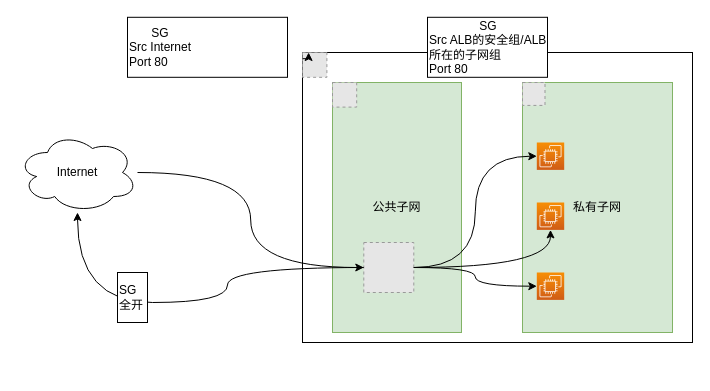
The draw.io diagram files/albnat.drawio in jsabook/jsabook.github.io, before the edit. Source tidied: cells renumbered, new cells numbered last; positions are measured from the earlier drawing's top-left corner, leaving out a move shared by most shapes. Both pictures are drawn from the tidied source at 100%, with x=0, y=0 at pixel (17, 17). Pictures stored in the file or linked from it are replaced by grey dashed boxes.
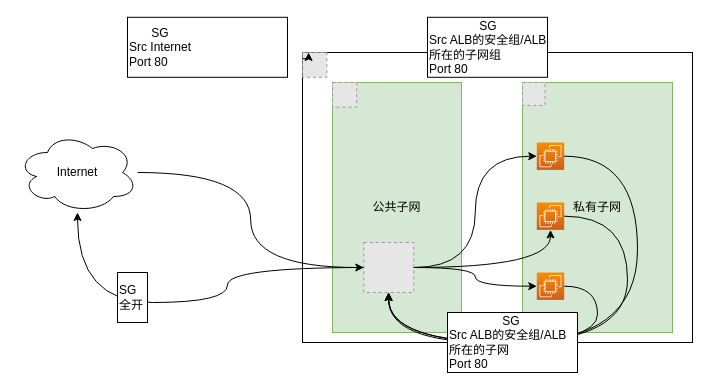
Above is the later version.

Unchanged cells that the change refers to:
```xml
<mxCell id="8" style="fillColor=#E6E6E6;strokeColor=#999999;dashed=1;verticalLabelPosition=bottom;labelBackgroundColor=#ffffff;verticalAlign=top;" parent="5" vertex="1">
  <mxGeometry x="31.3" y="160" width="50" height="50" as="geometry" />
</mxCell>
<mxCell id="12" style="sketch=0;points=[[0,0,0],[0.25,0,0],[0.5,0,0],[0.75,0,0],[1,0,0],[0,1,0],[0.25,1,0],[0.5,1,0],[0.75,1,0],[1,1,0],[0,0.25,0],[0,0.5,0],[0,0.75,0],[1,0.25,0],[1,0.5,0],[1,0.75,0]];outlineConnect=0;fontColor=#232F3E;gradientColor=#F78E04;gradientDirection=north;fillColor=#D05C17;strokeColor=#ffffff;dashed=0;verticalLabelPosition=bottom;verticalAlign=top;align=center;html=1;fontSize=12;fontStyle=0;shape=mxgraph.aws4.resourceIcon;resIcon=mxgraph.aws4.ec2;" parent="9" vertex="1">
  <mxGeometry x="14.3" y="60" width="27.4" height="27.4" as="geometry" />
</mxCell>
<mxCell id="13" style="sketch=0;points=[[0,0,0],[0.25,0,0],[0.5,0,0],[0.75,0,0],[1,0,0],[0,1,0],[0.25,1,0],[0.5,1,0],[0.75,1,0],[1,1,0],[0,0.25,0],[0,0.5,0],[0,0.75,0],[1,0.25,0],[1,0.5,0],[1,0.75,0]];outlineConnect=0;fontColor=#232F3E;gradientColor=#F78E04;gradientDirection=north;fillColor=#D05C17;strokeColor=#ffffff;dashed=0;verticalLabelPosition=bottom;verticalAlign=top;align=center;html=1;fontSize=12;fontStyle=0;shape=mxgraph.aws4.resourceIcon;resIcon=mxgraph.aws4.ec2;" parent="9" vertex="1">
  <mxGeometry x="14.3" y="120" width="27.4" height="27.4" as="geometry" />
</mxCell>
<mxCell id="14" style="sketch=0;points=[[0,0,0],[0.25,0,0],[0.5,0,0],[0.75,0,0],[1,0,0],[0,1,0],[0.25,1,0],[0.5,1,0],[0.75,1,0],[1,1,0],[0,0.25,0],[0,0.5,0],[0,0.75,0],[1,0.25,0],[1,0.5,0],[1,0.75,0]];outlineConnect=0;fontColor=#232F3E;gradientColor=#F78E04;gradientDirection=north;fillColor=#D05C17;strokeColor=#ffffff;dashed=0;verticalLabelPosition=bottom;verticalAlign=top;align=center;html=1;fontSize=12;fontStyle=0;shape=mxgraph.aws4.resourceIcon;resIcon=mxgraph.aws4.ec2;" parent="9" vertex="1">
  <mxGeometry x="14.3" y="190" width="27.4" height="27.4" as="geometry" />
</mxCell>
```

Diff of the diagram source:
```diff
@@
+    <mxCell id="24" style="edgeStyle=orthogonalEdgeStyle;curved=1;rounded=0;jettySize=auto;html=1;" parent="1" edge="1" source="12" target="8">
+      <mxGeometry relative="1" as="geometry">
+        <Array as="points">
+          <mxPoint x="620" y="139" />
+          <mxPoint x="620" y="325" />
+          <mxPoint x="371" y="325" />
+        </Array>
+      </mxGeometry>
+    </mxCell>
+    <mxCell id="25" style="edgeStyle=orthogonalEdgeStyle;curved=1;rounded=0;jettySize=auto;html=1;entryX=0.5;entryY=1;entryDx=0;entryDy=0;" parent="1" edge="1" source="13" target="8">
+      <mxGeometry relative="1" as="geometry">
+        <Array as="points">
+          <mxPoint x="610" y="199" />
+          <mxPoint x="610" y="325" />
+          <mxPoint x="371" y="325" />
+        </Array>
+      </mxGeometry>
+    </mxCell>
+    <mxCell id="26" style="edgeStyle=orthogonalEdgeStyle;curved=1;rounded=0;jettySize=auto;html=1;" parent="1" edge="1" source="14" target="8">
+      <mxGeometry relative="1" as="geometry">
+        <Array as="points">
+          <mxPoint x="580" y="269" />
+          <mxPoint x="580" y="325" />
+          <mxPoint x="371" y="325" />
+        </Array>
+      </mxGeometry>
+    </mxCell>
+    <mxCell id="27" value="&amp;nbsp; &amp;nbsp; &amp;nbsp; &amp;nbsp; &amp;nbsp; &amp;nbsp; &amp;nbsp; &amp;nbsp; SG&lt;br&gt;Src ALB的安全组/ALB所在的子网&lt;br&gt;Port 80&lt;br&gt;&lt;div style=&quot;text-align: center&quot;&gt;&lt;/div&gt;" style="whiteSpace=wrap;html=1;align=left;" parent="1" vertex="1">
+      <mxGeometry x="430" y="295" width="130" height="60" as="geometry" />
+    </mxCell>
```
